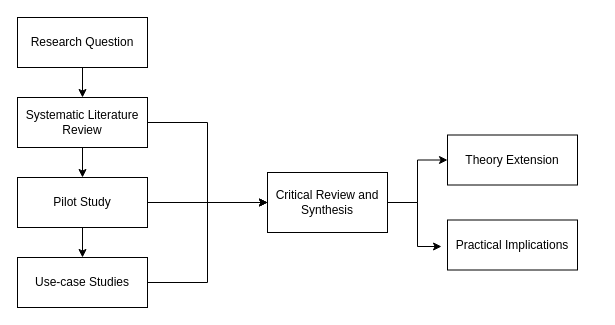
Above: Research process.drawio in datou7119/Figures (draw.io), before the change. Source tidied: cells renumbered, new cells numbered last; positions are measured from the earlier drawing's top-left corner, leaving out a move shared by most shapes. Both pictures are drawn from the tidied source at 100%, with x=0, y=0 at pixel (17, 17).
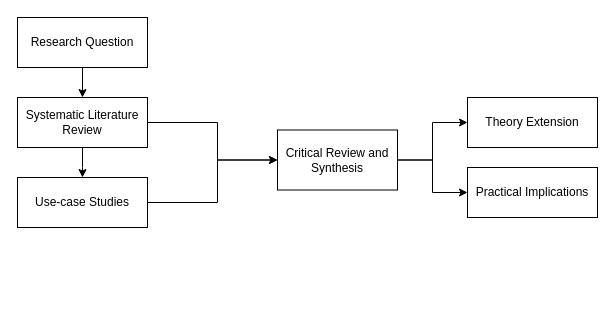
Above is the later version.

Change to the diagram source:
```diff
@@
 <mxGraphModel>
   <root>
     <mxCell id="0" />
     <mxCell id="1" parent="0" />
     <mxCell id="2" style="edgeStyle=orthogonalEdgeStyle;rounded=0;jettySize=auto;html=1;" parent="1" edge="1" source="3" target="8">
       <mxGeometry relative="1" as="geometry" />
     </mxCell>
     <mxCell id="3" value="Research Question" style="rounded=0;whiteSpace=wrap;html=1;" parent="1" vertex="1">
       <mxGeometry width="130" height="50" as="geometry" />
     </mxCell>
     <mxCell id="4" style="edgeStyle=orthogonalEdgeStyle;rounded=0;jettySize=auto;html=1;entryX=0;entryY=0.5;entryDx=0;entryDy=0;" parent="1" edge="1" source="5" target="13">
-      <mxGeometry relative="1" as="geometry" />
+      <mxGeometry relative="1" as="geometry">
+        <Array as="points">
+          <mxPoint x="200" y="185" />
+          <mxPoint x="200" y="143" />
+        </Array>
+      </mxGeometry>
     </mxCell>
     <mxCell id="5" value="Use-case Studies" style="rounded=0;whiteSpace=wrap;html=1;" parent="1" vertex="1">
-      <mxGeometry y="240" width="130" height="50" as="geometry" />
+      <mxGeometry y="160" width="130" height="50" as="geometry" />
     </mxCell>
-    <mxCell id="6" style="edgeStyle=orthogonalEdgeStyle;rounded=0;jettySize=auto;html=1;" parent="1" edge="1" source="8" target="11">
-      <mxGeometry relative="1" as="geometry" />
+    <mxCell id="6" style="edgeStyle=orthogonalEdgeStyle;rounded=0;jettySize=auto;html=1;" parent="1" edge="1" source="8">
+      <mxGeometry relative="1" as="geometry">
+        <mxPoint x="65" y="160" as="targetPoint" />
+      </mxGeometry>
     </mxCell>
     <mxCell id="7" style="edgeStyle=orthogonalEdgeStyle;rounded=0;jettySize=auto;html=1;entryX=0;entryY=0.5;entryDx=0;entryDy=0;" parent="1" edge="1" source="8" target="13">
-      <mxGeometry relative="1" as="geometry" />
+      <mxGeometry relative="1" as="geometry">
+        <Array as="points">
+          <mxPoint x="200" y="105" />
+          <mxPoint x="200" y="143" />
+        </Array>
+      </mxGeometry>
     </mxCell>
     <mxCell id="8" value="Systematic Literature Review" style="rounded=0;whiteSpace=wrap;html=1;" parent="1" vertex="1">
       <mxGeometry y="80" width="130" height="50" as="geometry" />
     </mxCell>
-    <mxCell id="9" style="edgeStyle=orthogonalEdgeStyle;rounded=0;jettySize=auto;html=1;" parent="1" edge="1" source="11" target="5">
-      <mxGeometry relative="1" as="geometry" />
-    </mxCell>
-    <mxCell id="10" style="edgeStyle=orthogonalEdgeStyle;rounded=0;jettySize=auto;html=1;" parent="1" edge="1" source="11" target="13">
-      <mxGeometry relative="1" as="geometry" />
-    </mxCell>
-    <mxCell id="11" value="Pilot Study" style="rounded=0;whiteSpace=wrap;html=1;" parent="1" vertex="1">
-      <mxGeometry y="160" width="130" height="50" as="geometry" />
-    </mxCell>
-    <mxCell id="12" style="edgeStyle=orthogonalEdgeStyle;rounded=0;jettySize=auto;html=1;entryX=0;entryY=0.5;entryDx=0;entryDy=0;" parent="1" edge="1" source="13" target="14">
-      <mxGeometry relative="1" as="geometry">
-        <Array as="points">
-          <mxPoint x="400" y="185" />
-          <mxPoint x="400" y="143" />
-        </Array>
-      </mxGeometry>
+    <mxCell id="12" style="edgeStyle=orthogonalEdgeStyle;rounded=0;jettySize=auto;html=1;" parent="1" edge="1" source="13" target="14">
+      <mxGeometry relative="1" as="geometry" />
     </mxCell>
     <mxCell id="13" value="Critical Review and Synthesis" style="rounded=0;whiteSpace=wrap;html=1;" parent="1" vertex="1">
-      <mxGeometry x="250" y="155" width="120" height="60" as="geometry" />
+      <mxGeometry x="260" y="112.5" width="120" height="60" as="geometry" />
     </mxCell>
     <mxCell id="14" value="Theory Extension" style="rounded=0;whiteSpace=wrap;html=1;" parent="1" vertex="1">
-      <mxGeometry x="430" y="117.5" width="130" height="50" as="geometry" />
+      <mxGeometry x="450" y="80" width="130" height="50" as="geometry" />
     </mxCell>
     <mxCell id="15" value="Practical Implications" style="rounded=0;whiteSpace=wrap;html=1;" parent="1" vertex="1">
-      <mxGeometry x="430" y="202.5" width="130" height="50" as="geometry" />
+      <mxGeometry x="450" y="150" width="130" height="50" as="geometry" />
     </mxCell>
-    <mxCell id="16" style="edgeStyle=orthogonalEdgeStyle;rounded=0;jettySize=auto;html=1;exitX=1;exitY=0.5;exitDx=0;exitDy=0;entryX=-0.046;entryY=0.53;entryDx=0;entryDy=0;entryPerimeter=0;" parent="1" edge="1" source="13" target="15">
+    <mxCell id="16" style="edgeStyle=orthogonalEdgeStyle;rounded=0;jettySize=auto;html=1;exitX=1;exitY=0.5;exitDx=0;exitDy=0;" parent="1" edge="1" source="13" target="15">
       <mxGeometry relative="1" as="geometry" />
     </mxCell>
   </root>
 </mxGraphModel>
```
